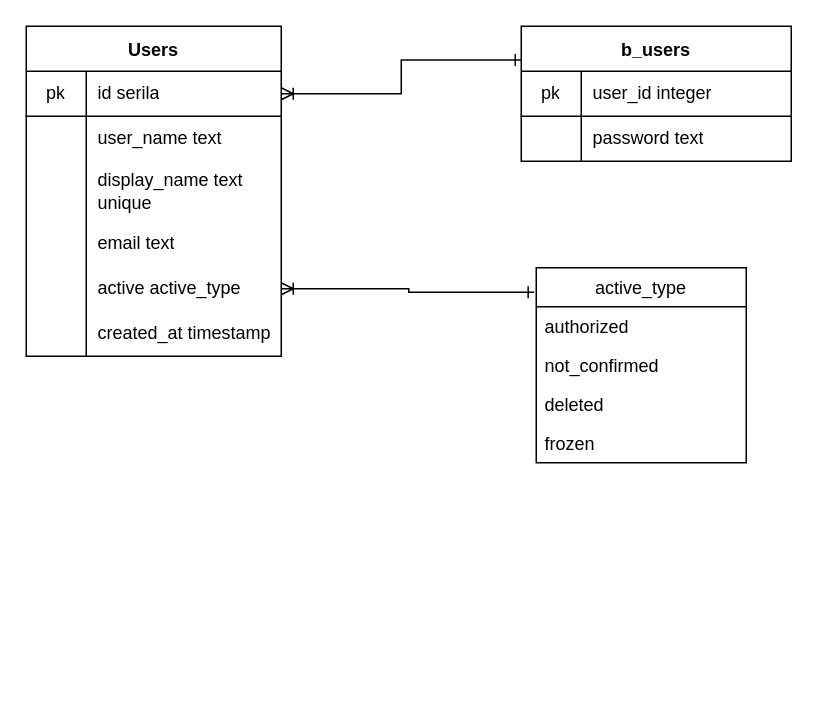
The draw.io diagram DB.drawio in T0R0NT0T0KY0/tis-api, before the edit. Source tidied: cells renumbered, new cells numbered last; positions are measured from the earlier drawing's top-left corner, leaving out a move shared by most shapes. Both pictures are drawn from the tidied source at 150%, with x=0, y=0 at pixel (26, 26).
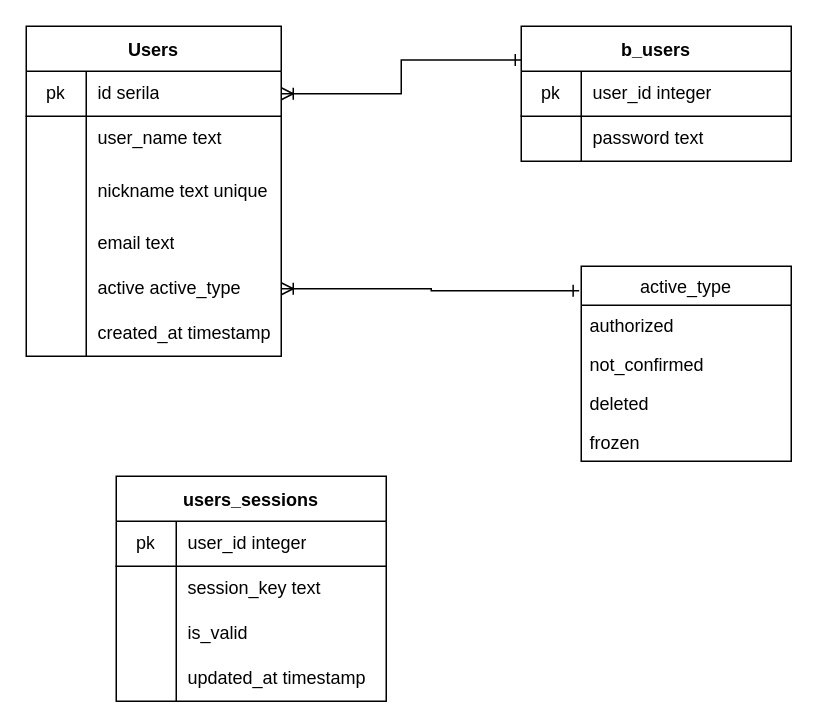
After the change.

Unchanged cells that the change refers to:
```xml
<mxCell id="9" style="shape=partialRectangle;html=1;whiteSpace=wrap;fillColor=none;top=0;left=0;bottom=0;right=0;" parent="2" vertex="1">
  <mxGeometry y="90" width="170" height="40" as="geometry" />
</mxCell>
```

What changed in the source:
```diff
@@
-    <mxCell id="11" value="display_name text unique" style="shape=partialRectangle;html=1;whiteSpace=wrap;fillColor=none;top=0;left=0;bottom=0;right=0;align=left;spacingLeft=6;overflow=hidden;" parent="9" vertex="1">
+    <mxCell id="11" value="nickname text unique" style="shape=partialRectangle;html=1;whiteSpace=wrap;fillColor=none;top=0;left=0;bottom=0;right=0;align=left;spacingLeft=6;overflow=hidden;" parent="9" vertex="1">
       <mxGeometry x="40" width="130" height="40" as="geometry" />
     </mxCell>
@@
     <mxCell id="30" value="active_type" style="swimlane;fontStyle=0;horizontal=1;startSize=26;" parent="1" vertex="1">
-      <mxGeometry x="340" y="161" width="140" height="130" as="geometry" />
+      <mxGeometry x="370" y="160" width="140" height="130" as="geometry" />
     </mxCell>
@@
+    <mxCell id="35" value="users_sessions" style="shape=table;startSize=30;childLayout=tableLayout;rowLines=0;fontStyle=1;align=center;" parent="1" vertex="1">
+      <mxGeometry x="60" y="300" width="180" height="150" as="geometry" />
+    </mxCell>
+    <mxCell id="36" style="shape=partialRectangle;html=1;whiteSpace=wrap;fillColor=none;top=0;left=0;bottom=1;right=0;" parent="35" vertex="1">
+      <mxGeometry y="30" width="180" height="30" as="geometry" />
+    </mxCell>
+    <mxCell id="37" value="pk" style="shape=partialRectangle;html=1;whiteSpace=wrap;fillColor=none;top=0;left=0;bottom=0;right=0;overflow=hidden;" parent="36" vertex="1">
+      <mxGeometry width="40" height="30" as="geometry" />
+    </mxCell>
+    <mxCell id="38" value="user_id integer" style="shape=partialRectangle;html=1;whiteSpace=wrap;fillColor=none;top=0;left=0;bottom=0;right=0;align=left;spacingLeft=6;overflow=hidden;" parent="36" vertex="1">
+      <mxGeometry x="40" width="140" height="30" as="geometry" />
+    </mxCell>
+    <mxCell id="39" style="shape=partialRectangle;html=1;whiteSpace=wrap;fillColor=none;top=0;left=0;bottom=0;right=0;" parent="35" vertex="1">
+      <mxGeometry y="60" width="180" height="30" as="geometry" />
+    </mxCell>
+    <mxCell id="40" style="shape=partialRectangle;html=1;whiteSpace=wrap;fillColor=none;top=0;left=0;bottom=0;right=0;overflow=hidden;" parent="39" vertex="1">
+      <mxGeometry width="40" height="30" as="geometry" />
+    </mxCell>
+    <mxCell id="41" value="session_key text" style="shape=partialRectangle;html=1;whiteSpace=wrap;fillColor=none;top=0;left=0;bottom=0;right=0;align=left;spacingLeft=6;overflow=hidden;" parent="39" vertex="1">
+      <mxGeometry x="40" width="140" height="30" as="geometry" />
+    </mxCell>
+    <mxCell id="42" style="shape=partialRectangle;html=1;whiteSpace=wrap;fillColor=none;top=0;left=0;bottom=0;right=0;" parent="35" vertex="1">
+      <mxGeometry y="90" width="180" height="30" as="geometry" />
+    </mxCell>
+    <mxCell id="43" style="shape=partialRectangle;html=1;whiteSpace=wrap;fillColor=none;top=0;left=0;bottom=0;right=0;overflow=hidden;" parent="42" vertex="1">
+      <mxGeometry width="40" height="30" as="geometry" />
+    </mxCell>
+    <mxCell id="44" value="is_valid" style="shape=partialRectangle;html=1;whiteSpace=wrap;fillColor=none;top=0;left=0;bottom=0;right=0;align=left;spacingLeft=6;overflow=hidden;" parent="42" vertex="1">
+      <mxGeometry x="40" width="140" height="30" as="geometry" />
+    </mxCell>
+    <mxCell id="45" style="shape=partialRectangle;html=1;whiteSpace=wrap;fillColor=none;top=0;left=0;bottom=0;right=0;" parent="35" vertex="1">
+      <mxGeometry y="120" width="180" height="30" as="geometry" />
+    </mxCell>
+    <mxCell id="46" style="shape=partialRectangle;html=1;whiteSpace=wrap;fillColor=none;top=0;left=0;bottom=0;right=0;overflow=hidden;" parent="45" vertex="1">
+      <mxGeometry width="40" height="30" as="geometry" />
+    </mxCell>
+    <mxCell id="47" value="updated_at timestamp" style="shape=partialRectangle;html=1;whiteSpace=wrap;fillColor=none;top=0;left=0;bottom=0;right=0;align=left;spacingLeft=6;overflow=hidden;" parent="45" vertex="1">
+      <mxGeometry x="40" width="140" height="30" as="geometry" />
+    </mxCell>
```
